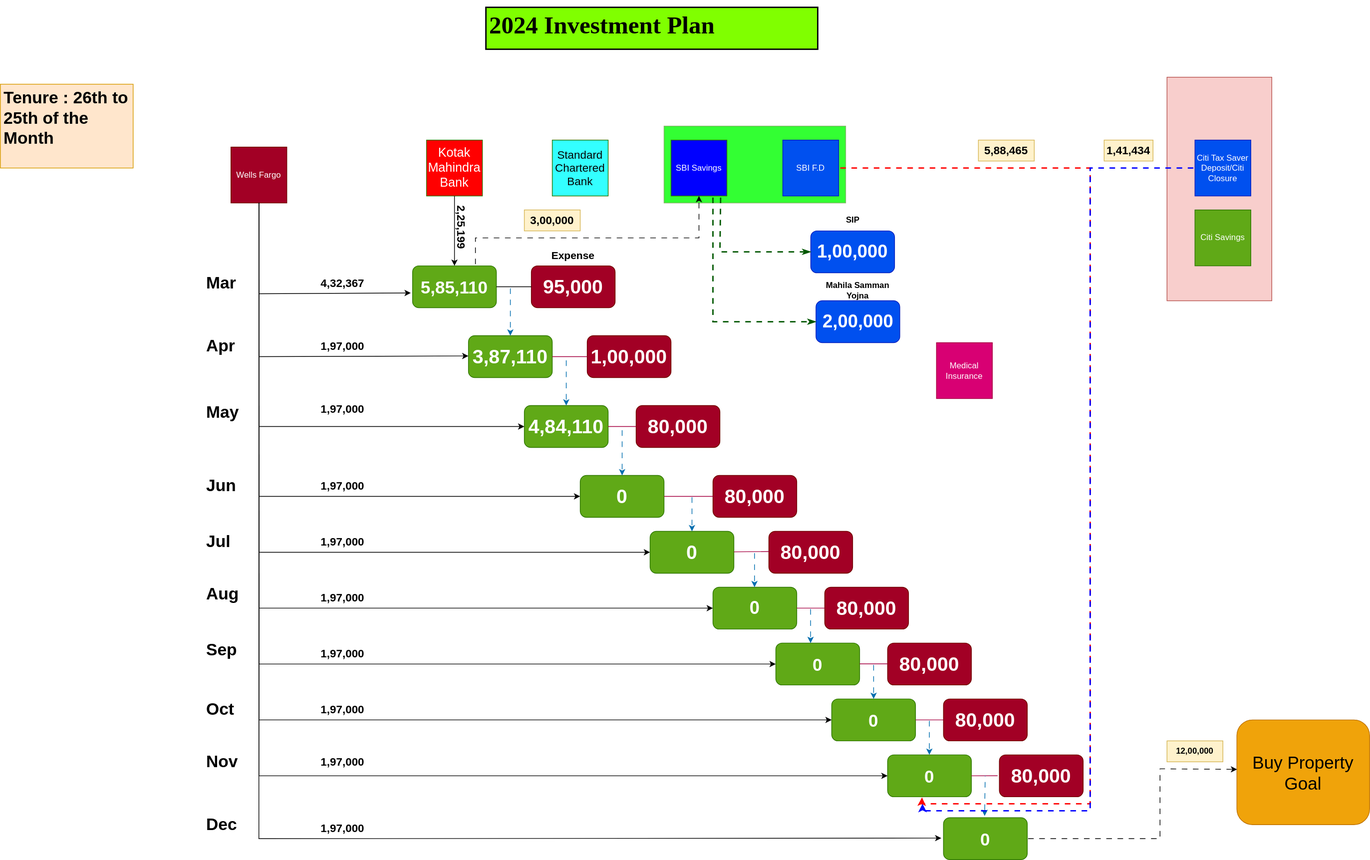
This is Investments.drawio.svg from uchiharizvi/design-diagrams, a draw.io export, as it was before one commit. Source tidied: cells renumbered, new cells last; positions are measured from the earlier drawing's top-left corner, leaving out a move shared by most shapes.
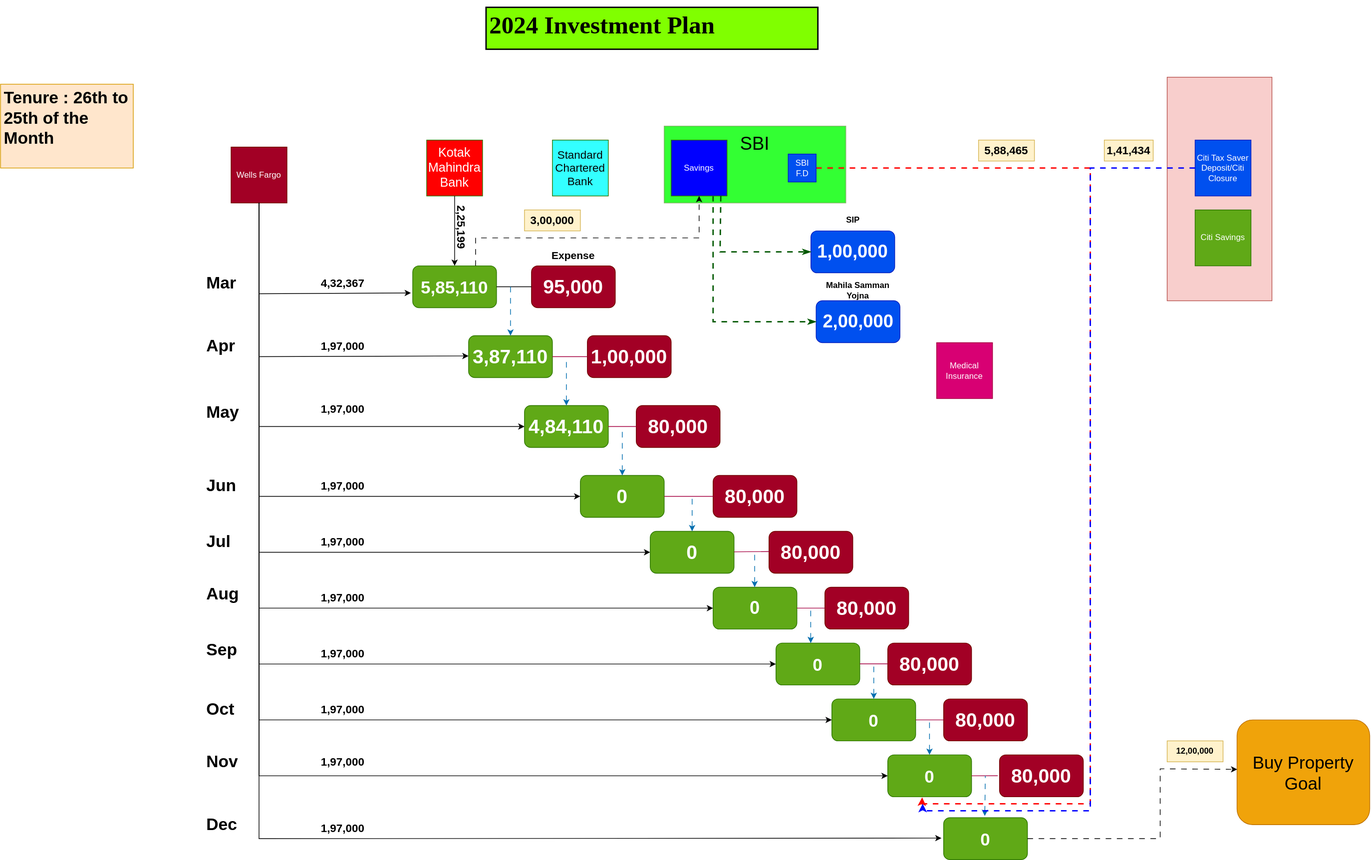
After the change.

What changed in the source:
```diff
@@ -148,7 +148,7 @@
     <mxCell id="38" value="&lt;font color=&quot;#050505&quot; style=&quot;font-size: 16px;&quot;&gt;Standard Chartered Bank&lt;/font&gt;" style="whiteSpace=wrap;html=1;fillColor=#33FFFF;fontColor=#ffffff;strokeColor=#2D7600;" parent="1" vertex="1">
       <mxGeometry x="790" y="190" width="80" height="80" as="geometry" />
     </mxCell>
-    <mxCell id="39" value="SBI Savings" style="whiteSpace=wrap;html=1;fillColor=#0000FF;fontColor=#ffffff;strokeColor=#2D7600;" parent="1" vertex="1">
+    <mxCell id="39" value="Savings" style="whiteSpace=wrap;html=1;fillColor=#0000FF;fontColor=#ffffff;strokeColor=#2D7600;" parent="1" vertex="1">
       <mxGeometry x="960" y="190" width="80" height="80" as="geometry" />
     </mxCell>
     <mxCell id="40" value="&lt;font style=&quot;font-size: 28px;&quot;&gt;80,000&lt;/font&gt;" style="rounded=1;whiteSpace=wrap;html=1;fontStyle=1;fillColor=#a20025;fontColor=#ffffff;strokeColor=#6F0000;" parent="1" vertex="1">
@@ -323,7 +323,7 @@
       <mxGeometry x="1400" y="190" width="80" height="30" as="geometry" />
     </mxCell>
     <mxCell id="77" value="SBI F.D" style="whiteSpace=wrap;html=1;fillColor=#0050ef;fontColor=#ffffff;strokeColor=#001DBC;" parent="1" vertex="1">
-      <mxGeometry x="1120" y="190" width="80" height="80" as="geometry" />
+      <mxGeometry x="1127.5" y="210" width="40" height="40" as="geometry" />
     </mxCell>
     <mxCell id="78" value="&lt;font style=&quot;font-size: 28px;&quot;&gt;80,000&lt;/font&gt;" style="rounded=1;whiteSpace=wrap;html=1;fontStyle=1;fillColor=#a20025;fontColor=#ffffff;strokeColor=#6F0000;" parent="1" vertex="1">
       <mxGeometry x="1430" y="1070" width="120" height="60" as="geometry" />
@@ -420,5 +420,8 @@
     <mxCell id="98" value="&lt;h1&gt;&lt;font style=&quot;font-size: 35px;&quot; face=&quot;Lucida Console&quot;&gt;2024 Investment Plan&lt;/font&gt;&lt;/h1&gt;" style="text;html=1;spacing=5;spacingTop=-20;whiteSpace=wrap;overflow=hidden;rounded=0;fillColor=#80FF00;strokeWidth=2;strokeColor=default;" parent="1" vertex="1">
       <mxGeometry x="695" width="475" height="60" as="geometry" />
     </mxCell>
+    <mxCell id="99" value="&lt;font style=&quot;font-size: 26px;&quot;&gt;SBI&lt;/font&gt;" style="text;html=1;align=center;verticalAlign=middle;whiteSpace=wrap;rounded=0;" parent="1" vertex="1">
+      <mxGeometry x="1050" y="180" width="60" height="30" as="geometry" />
+    </mxCell>
   </root>
 </mxGraphModel>
```
